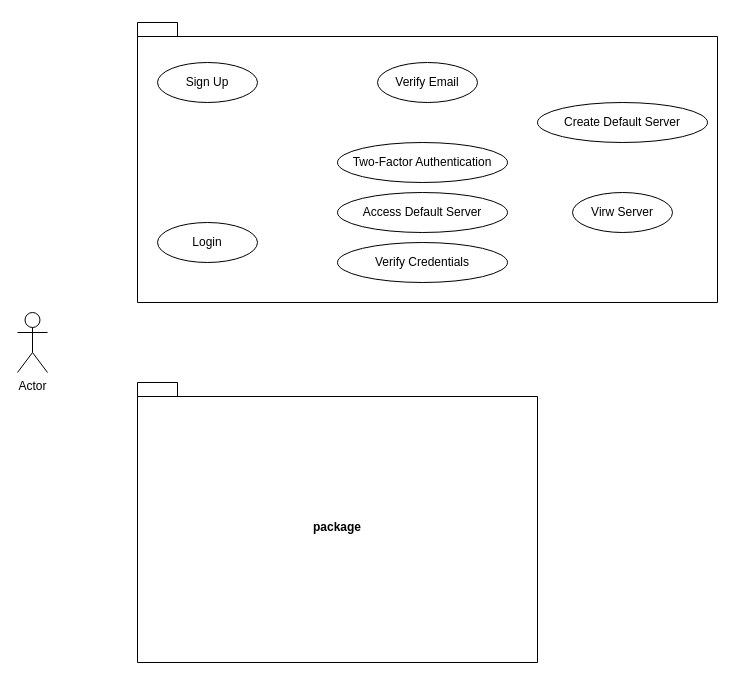
Harshul1484/BMP- keeps this draw.io diagram as Usecase Diagram/Untitled Diagram.drawio. Above is the earlier version. Source tidied: cells renumbered, new cells numbered last; positions are measured from the earlier drawing's top-left corner, leaving out a move shared by most shapes. Both pictures are drawn from the tidied source at 100%, with x=0, y=0 at pixel (17, 22).
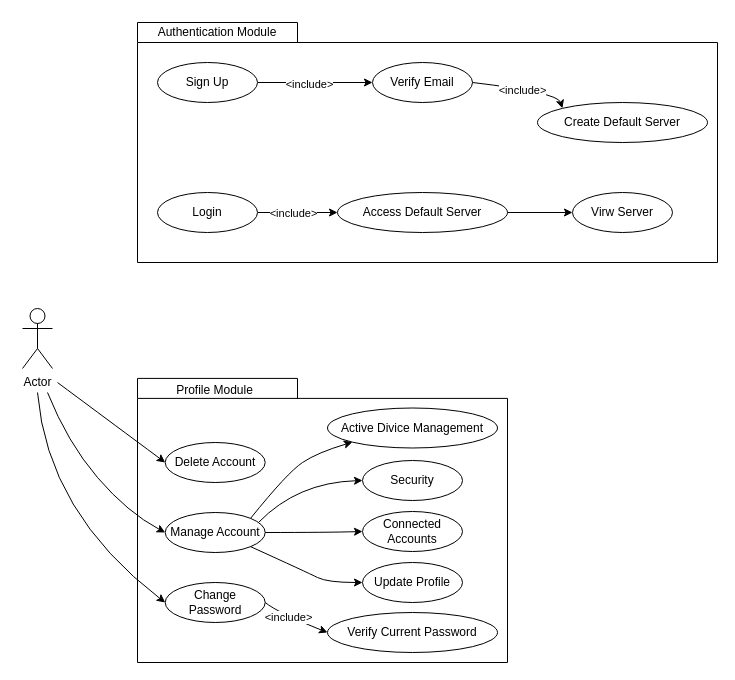
The same page after the edit.

The change refers to these unchanged cells:
```xml
<mxCell id="5" value="Sign Up" style="ellipse;whiteSpace=wrap;html=1;align=center;" parent="1" vertex="1">
  <mxGeometry x="140" y="40" width="100" height="40" as="geometry" />
</mxCell>
<mxCell id="8" value="Create Default Server" style="ellipse;whiteSpace=wrap;html=1;align=center;" parent="1" vertex="1">
  <mxGeometry x="520" y="80" width="170" height="40" as="geometry" />
</mxCell>
<mxCell id="10" value="Access Default Server" style="ellipse;whiteSpace=wrap;html=1;align=center;" parent="1" vertex="1">
  <mxGeometry x="320" y="170" width="170" height="40" as="geometry" />
</mxCell>
<mxCell id="12" value="Virw Server" style="ellipse;whiteSpace=wrap;html=1;align=center;" parent="1" vertex="1">
  <mxGeometry x="555" y="170" width="100" height="40" as="geometry" />
</mxCell>
```

The edit, as a diff of the source:
```diff
@@
+    <mxCell id="13" style="group;" parent="1" vertex="1">
+      <mxGeometry x="120" y="-5" width="580" height="245" as="geometry" />
+    </mxCell>
-    <mxCell id="2" style="shape=folder;fontStyle=1;spacingTop=10;tabWidth=40;tabHeight=14;tabPosition=left;html=1;whiteSpace=wrap;" parent="1" vertex="1">
-      <mxGeometry x="120" width="580" height="280" as="geometry" />
+    <mxCell id="2" style="shape=folder;fontStyle=1;spacingTop=10;tabWidth=160;tabHeight=20;tabPosition=left;html=1;whiteSpace=wrap;" parent="13" vertex="1">
+      <mxGeometry y="5" width="580" height="240" as="geometry" />
     </mxCell>
+    <mxCell id="14" value="Authentication Module" style="text;html=1;align=center;verticalAlign=middle;whiteSpace=wrap;rounded=0;" parent="13" vertex="1">
+      <mxGeometry x="10" width="140" height="30" as="geometry" />
+    </mxCell>
     <mxCell id="3" value="Actor" style="shape=umlActor;verticalLabelPosition=bottom;verticalAlign=top;html=1;" parent="1" vertex="1">
-      <mxGeometry y="290" width="30" height="60" as="geometry" />
+      <mxGeometry x="5" y="286" width="30" height="60" as="geometry" />
     </mxCell>
-    <mxCell id="4" value="package" style="shape=folder;fontStyle=1;spacingTop=10;tabWidth=40;tabHeight=14;tabPosition=left;html=1;whiteSpace=wrap;" parent="1" vertex="1">
-      <mxGeometry x="120" y="360" width="400" height="280" as="geometry" />
-    </mxCell>
+    <mxCell id="15" style="edgeStyle=orthogonalEdgeStyle;rounded=0;jettySize=auto;html=1;exitX=1;exitY=0.5;exitDx=0;exitDy=0;" parent="1" edge="1" source="5" target="7">
+      <mxGeometry relative="1" as="geometry" />
+    </mxCell>
+    <mxCell id="16" value="&amp;lt;include&amp;gt;" style="edgeLabel;html=1;align=center;verticalAlign=middle;" parent="15" vertex="1">
+      <mxGeometry x="-0.11" y="-1" relative="1" as="geometry" />
+    </mxCell>
@@
+    <mxCell id="17" style="edgeStyle=orthogonalEdgeStyle;rounded=0;jettySize=auto;html=1;exitX=1;exitY=0.5;exitDx=0;exitDy=0;entryX=0;entryY=0.5;entryDx=0;entryDy=0;" parent="1" edge="1" source="6" target="10">
+      <mxGeometry relative="1" as="geometry" />
+    </mxCell>
+    <mxCell id="18" value="&amp;lt;include&amp;gt;" style="edgeLabel;html=1;align=center;verticalAlign=middle;" parent="17" vertex="1">
+      <mxGeometry x="-0.13" relative="1" as="geometry" />
+    </mxCell>
     <mxCell id="6" value="Login" style="ellipse;whiteSpace=wrap;html=1;align=center;" parent="1" vertex="1">
-      <mxGeometry x="140" y="200" width="100" height="40" as="geometry" />
+      <mxGeometry x="140" y="170" width="100" height="40" as="geometry" />
     </mxCell>
     <mxCell id="7" value="Verify Email" style="ellipse;whiteSpace=wrap;html=1;align=center;" parent="1" vertex="1">
-      <mxGeometry x="360" y="40" width="100" height="40" as="geometry" />
+      <mxGeometry x="355" y="40" width="100" height="40" as="geometry" />
     </mxCell>
@@
-    <mxCell id="9" value="Two-Factor Authentication" style="ellipse;whiteSpace=wrap;html=1;align=center;" parent="1" vertex="1">
-      <mxGeometry x="320" y="120" width="170" height="40" as="geometry" />
-    </mxCell>
+    <mxCell id="19" style="edgeStyle=orthogonalEdgeStyle;rounded=0;jettySize=auto;html=1;exitX=1;exitY=0.5;exitDx=0;exitDy=0;" parent="1" edge="1" source="10" target="12">
+      <mxGeometry relative="1" as="geometry" />
+    </mxCell>
@@
-    <mxCell id="11" value="Verify Credentials" style="ellipse;whiteSpace=wrap;html=1;align=center;" parent="1" vertex="1">
-      <mxGeometry x="320" y="220" width="170" height="40" as="geometry" />
-    </mxCell>
@@
+    <mxCell id="20" style="curved=1;endArrow=classic;html=1;rounded=0;exitX=1;exitY=0.5;exitDx=0;exitDy=0;entryX=0;entryY=0;entryDx=0;entryDy=0;" parent="1" edge="1" source="7" target="8">
+      <mxGeometry relative="1" as="geometry">
+        <Array as="points">
+          <mxPoint x="540" y="70" />
+        </Array>
+      </mxGeometry>
+    </mxCell>
+    <mxCell id="21" value="&amp;lt;include&amp;gt;" style="edgeLabel;html=1;align=center;verticalAlign=middle;" parent="20" vertex="1">
+      <mxGeometry x="-0.02" y="-2" relative="1" as="geometry" />
+    </mxCell>
+    <mxCell id="22" style="group;" parent="1" vertex="1">
+      <mxGeometry x="120" y="350" width="370" height="290" as="geometry" />
+    </mxCell>
+    <mxCell id="23" style="shape=folder;fontStyle=1;spacingTop=10;tabWidth=160;tabHeight=20;tabPosition=left;html=1;whiteSpace=wrap;" parent="22" vertex="1">
+      <mxGeometry y="5.9" width="370" height="284.1" as="geometry" />
+    </mxCell>
+    <mxCell id="24" value="Profile Module" style="text;html=1;align=center;verticalAlign=middle;whiteSpace=wrap;rounded=0;" parent="22" vertex="1">
+      <mxGeometry x="34.2" width="86.9" height="35.5" as="geometry" />
+    </mxCell>
+    <mxCell id="25" value="Connected Accounts" style="ellipse;whiteSpace=wrap;html=1;align=center;" parent="22" vertex="1">
+      <mxGeometry x="225" y="139" width="100" height="40" as="geometry" />
+    </mxCell>
+    <mxCell id="26" value="Security" style="ellipse;whiteSpace=wrap;html=1;align=center;" parent="22" vertex="1">
+      <mxGeometry x="225" y="88" width="100" height="40" as="geometry" />
+    </mxCell>
+    <mxCell id="27" value="Active Divice Management" style="ellipse;whiteSpace=wrap;html=1;align=center;" parent="22" vertex="1">
+      <mxGeometry x="190" y="35.5" width="170" height="40" as="geometry" />
+    </mxCell>
+    <mxCell id="28" value="Delete Account" style="ellipse;whiteSpace=wrap;html=1;align=center;" parent="22" vertex="1">
+      <mxGeometry x="27.7" y="70" width="100" height="40" as="geometry" />
+    </mxCell>
+    <mxCell id="29" value="Manage Account" style="ellipse;whiteSpace=wrap;html=1;align=center;" parent="22" vertex="1">
+      <mxGeometry x="27.7" y="140" width="100" height="40" as="geometry" />
+    </mxCell>
+    <mxCell id="30" value="Change Password" style="ellipse;whiteSpace=wrap;html=1;align=center;" parent="22" vertex="1">
+      <mxGeometry x="27.7" y="210" width="100" height="40" as="geometry" />
+    </mxCell>
+    <mxCell id="31" value="Update Profile" style="ellipse;whiteSpace=wrap;html=1;align=center;" parent="22" vertex="1">
+      <mxGeometry x="225" y="190" width="100" height="40" as="geometry" />
+    </mxCell>
+    <mxCell id="32" style="curved=1;endArrow=classic;html=1;rounded=0;entryX=0;entryY=1;entryDx=0;entryDy=0;exitX=1;exitY=0;exitDx=0;exitDy=0;" parent="22" edge="1" source="29" target="27">
+      <mxGeometry relative="1" as="geometry">
+        <Array as="points">
+          <mxPoint x="150" y="100" />
+          <mxPoint x="180" y="80" />
+        </Array>
+      </mxGeometry>
+    </mxCell>
+    <mxCell id="33" style="curved=1;endArrow=classic;html=1;rounded=0;exitX=0.935;exitY=0.244;exitDx=0;exitDy=0;entryX=0;entryY=0.5;entryDx=0;entryDy=0;exitPerimeter=0;" parent="22" edge="1" source="29" target="26">
+      <mxGeometry relative="1" as="geometry">
+        <Array as="points">
+          <mxPoint x="160" y="110" />
+        </Array>
+      </mxGeometry>
+    </mxCell>
+    <mxCell id="34" style="curved=1;endArrow=classic;html=1;rounded=0;exitX=1;exitY=0.5;exitDx=0;exitDy=0;entryX=0;entryY=0.5;entryDx=0;entryDy=0;" parent="22" edge="1" source="29" target="25">
+      <mxGeometry relative="1" as="geometry">
+        <Array as="points">
+          <mxPoint x="190" y="160" />
+        </Array>
+      </mxGeometry>
+    </mxCell>
+    <mxCell id="35" style="curved=1;endArrow=classic;html=1;rounded=0;exitX=1;exitY=1;exitDx=0;exitDy=0;entryX=0;entryY=0.5;entryDx=0;entryDy=0;" parent="22" edge="1" source="29" target="31">
+      <mxGeometry relative="1" as="geometry">
+        <Array as="points">
+          <mxPoint x="170" y="200" />
+          <mxPoint x="190" y="210" />
+        </Array>
+      </mxGeometry>
+    </mxCell>
+    <mxCell id="36" value="Verify Current Password" style="ellipse;whiteSpace=wrap;html=1;align=center;" parent="1" vertex="1">
+      <mxGeometry x="310" y="590" width="170" height="40" as="geometry" />
+    </mxCell>
+    <mxCell id="37" style="curved=1;endArrow=classic;html=1;rounded=0;entryX=0;entryY=0.5;entryDx=0;entryDy=0;" parent="1" edge="1" target="28">
+      <mxGeometry relative="1" as="geometry">
+        <mxPoint x="40" y="360" as="sourcePoint" />
+      </mxGeometry>
+    </mxCell>
+    <mxCell id="38" style="curved=1;endArrow=classic;html=1;rounded=0;entryX=0;entryY=0.5;entryDx=0;entryDy=0;" parent="1" edge="1" target="29">
+      <mxGeometry relative="1" as="geometry">
+        <mxPoint x="30" y="370" as="sourcePoint" />
+        <Array as="points">
+          <mxPoint x="50" y="420" />
+          <mxPoint x="110" y="490" />
+        </Array>
+      </mxGeometry>
+    </mxCell>
+    <mxCell id="39" style="curved=1;endArrow=classic;html=1;rounded=0;entryX=0;entryY=0.5;entryDx=0;entryDy=0;" parent="1" edge="1" target="30">
+      <mxGeometry relative="1" as="geometry">
+        <mxPoint x="20" y="370" as="sourcePoint" />
+        <Array as="points">
+          <mxPoint x="30" y="490" />
+        </Array>
+      </mxGeometry>
+    </mxCell>
+    <mxCell id="40" style="curved=1;endArrow=classic;html=1;rounded=0;exitX=1;exitY=0.5;exitDx=0;exitDy=0;entryX=0;entryY=0.5;entryDx=0;entryDy=0;" parent="1" edge="1" source="30" target="36">
+      <mxGeometry relative="1" as="geometry">
+        <Array as="points">
+          <mxPoint x="260" y="590" />
+        </Array>
+      </mxGeometry>
+    </mxCell>
+    <mxCell id="41" value="&amp;lt;include&amp;gt;" style="edgeLabel;html=1;align=center;verticalAlign=middle;" parent="40" vertex="1">
+      <mxGeometry x="-0.23" relative="1" as="geometry" />
+    </mxCell>
```
